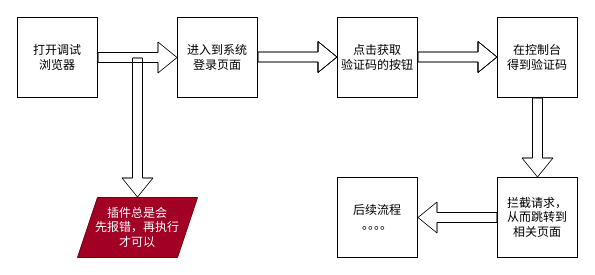
Above: dio/main.dio in liuruil/bxg_plan (draw.io), before the change. Source tidied: cells renumbered, new cells numbered last; positions are measured from the earlier drawing's top-left corner, leaving out a move shared by most shapes. Both pictures are drawn from the tidied source at 100%, with x=0, y=0 at pixel (17, 17).
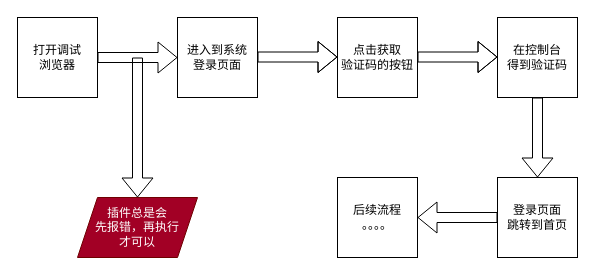
The same diagram, later.

Diff of the diagram source:
```diff
@@
-    <mxCell id="9" value="拦截请求，&lt;br&gt;从而跳转到&lt;br&gt;相关页面" style="whiteSpace=wrap;html=1;" parent="1" vertex="1">
+    <mxCell id="9" value="登录页面&lt;br&gt;跳转到首页" style="whiteSpace=wrap;html=1;" parent="1" vertex="1">
       <mxGeometry x="480" y="160" width="80" height="80" as="geometry" />
     </mxCell>
```
